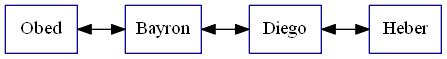
Above: Python EDD/graficaLista.gv.png in 6mmario/Proyecto1 (Graphviz), before the change. Its source is kept beside it as Python EDD/graficaLista.gv.
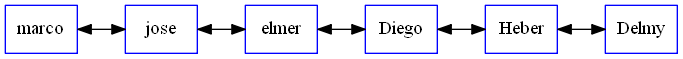
After the commit.

What changed in the source:
```diff
@@ -1,10 +1,14 @@
 digraph G {
 rankdir=LR
 	node [color=blue shape=box]
-		Obed -> Bayron
+		marco -> jose
 [dir=both]
-		Bayron -> Diego
+		jose -> elmer
+[dir=both]
+		elmer -> Diego
 [dir=both]
 		Diego -> Heber
 [dir=both]
+		Heber -> Delmy
+[dir=both]
 }
```
